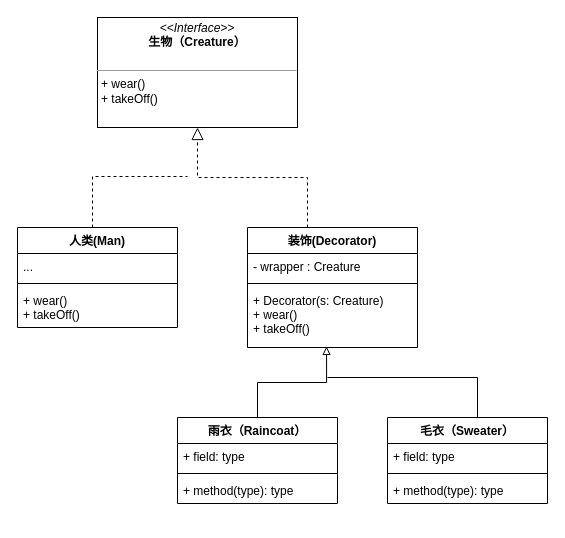
This is Decorator.drawio from Xrtero/design_pattern, a draw.io file, before an edit. Source tidied: cells renumbered, new cells numbered last; positions are measured from the earlier drawing's top-left corner, leaving out a move shared by most shapes. Both pictures are drawn from the tidied source at 100%, with x=0, y=0 at pixel (17, 17).
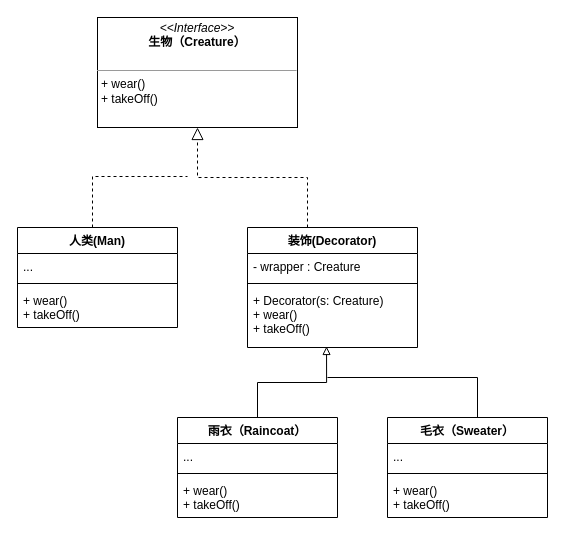
The same diagram, later.

Change to the diagram source:
```diff
@@
     <mxCell id="14" value="雨衣（Raincoat）" style="swimlane;fontStyle=1;align=center;verticalAlign=top;horizontal=1;startSize=26;rounded=0;shadow=0;fontFamily=Helvetica;fontSize=12;fontColor=default;strokeColor=default;strokeWidth=1;fillColor=default;" parent="1" vertex="1">
-      <mxGeometry x="160" y="400" width="160" height="86" as="geometry" />
+      <mxGeometry x="160" y="400" width="160" height="100" as="geometry" />
     </mxCell>
-    <mxCell id="15" value="+ field: type" style="text;strokeColor=none;fillColor=none;align=left;verticalAlign=top;spacingLeft=4;spacingRight=4;overflow=hidden;rounded=0;shadow=0;fontFamily=Helvetica;fontSize=12;fontColor=default;startSize=26;" parent="14" vertex="1">
+    <mxCell id="15" value="..." style="text;strokeColor=none;fillColor=none;align=left;verticalAlign=top;spacingLeft=4;spacingRight=4;overflow=hidden;rounded=0;shadow=0;fontFamily=Helvetica;fontSize=12;fontColor=default;startSize=26;" parent="14" vertex="1">
       <mxGeometry y="26" width="160" height="26" as="geometry" />
     </mxCell>
@@
-    <mxCell id="17" value="+ method(type): type" style="text;strokeColor=none;fillColor=none;align=left;verticalAlign=top;spacingLeft=4;spacingRight=4;overflow=hidden;rounded=0;shadow=0;fontFamily=Helvetica;fontSize=12;fontColor=default;startSize=26;" parent="14" vertex="1">
-      <mxGeometry y="60" width="160" height="26" as="geometry" />
+    <mxCell id="17" value="+ wear()&#10;+ takeOff()" style="text;strokeColor=none;fillColor=none;align=left;verticalAlign=top;spacingLeft=4;spacingRight=4;overflow=hidden;rounded=0;shadow=0;fontFamily=Helvetica;fontSize=12;fontColor=default;startSize=26;" parent="14" vertex="1">
+      <mxGeometry y="60" width="160" height="40" as="geometry" />
     </mxCell>
@@
     <mxCell id="19" value="毛衣（Sweater）" style="swimlane;fontStyle=1;align=center;verticalAlign=top;horizontal=1;startSize=26;rounded=0;shadow=0;fontFamily=Helvetica;fontSize=12;fontColor=default;strokeColor=default;strokeWidth=1;fillColor=default;" parent="1" vertex="1">
-      <mxGeometry x="370" y="400" width="160" height="86" as="geometry" />
+      <mxGeometry x="370" y="400" width="160" height="100" as="geometry" />
     </mxCell>
-    <mxCell id="20" value="+ field: type" style="text;strokeColor=none;fillColor=none;align=left;verticalAlign=top;spacingLeft=4;spacingRight=4;overflow=hidden;rounded=0;shadow=0;fontFamily=Helvetica;fontSize=12;fontColor=default;startSize=26;" parent="19" vertex="1">
+    <mxCell id="20" value="..." style="text;strokeColor=none;fillColor=none;align=left;verticalAlign=top;spacingLeft=4;spacingRight=4;overflow=hidden;rounded=0;shadow=0;fontFamily=Helvetica;fontSize=12;fontColor=default;startSize=26;" parent="19" vertex="1">
       <mxGeometry y="26" width="160" height="26" as="geometry" />
     </mxCell>
@@
-    <mxCell id="22" value="+ method(type): type" style="text;strokeColor=none;fillColor=none;align=left;verticalAlign=top;spacingLeft=4;spacingRight=4;overflow=hidden;rounded=0;shadow=0;fontFamily=Helvetica;fontSize=12;fontColor=default;startSize=26;" parent="19" vertex="1">
-      <mxGeometry y="60" width="160" height="26" as="geometry" />
+    <mxCell id="22" value="+ wear()&#10;+ takeOff()" style="text;strokeColor=none;fillColor=none;align=left;verticalAlign=top;spacingLeft=4;spacingRight=4;overflow=hidden;rounded=0;shadow=0;fontFamily=Helvetica;fontSize=12;fontColor=default;startSize=26;" parent="19" vertex="1">
+      <mxGeometry y="60" width="160" height="40" as="geometry" />
     </mxCell>
```
